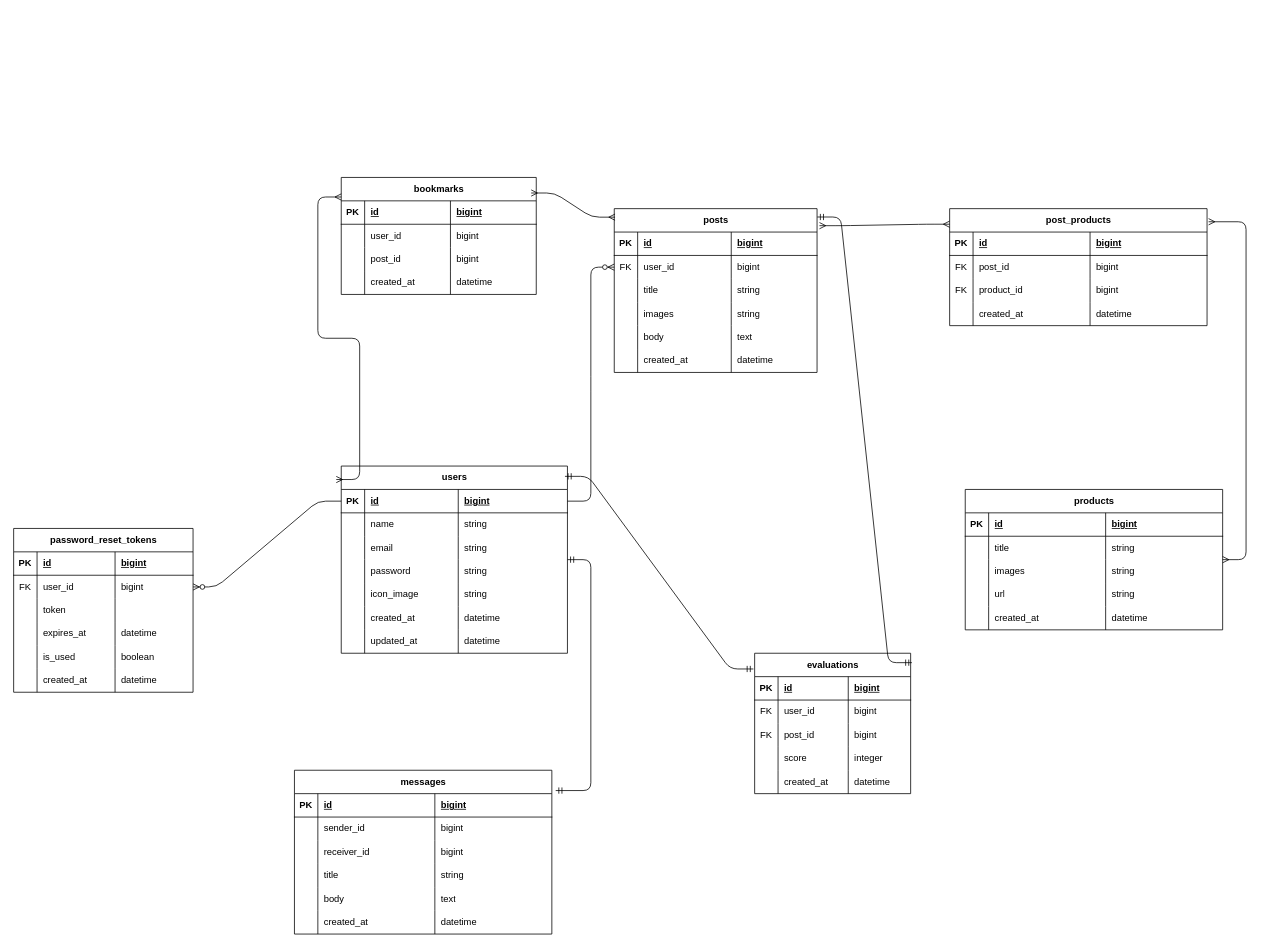
The draw.io diagram ER図.drawio in buriki8823/sotuapp, before the edit. Source tidied: cells renumbered, new cells numbered last; positions are measured from the earlier drawing's top-left corner, leaving out a move shared by most shapes. Both pictures are drawn from the tidied source at 78%, with x=0, y=0 at pixel (13, 177).
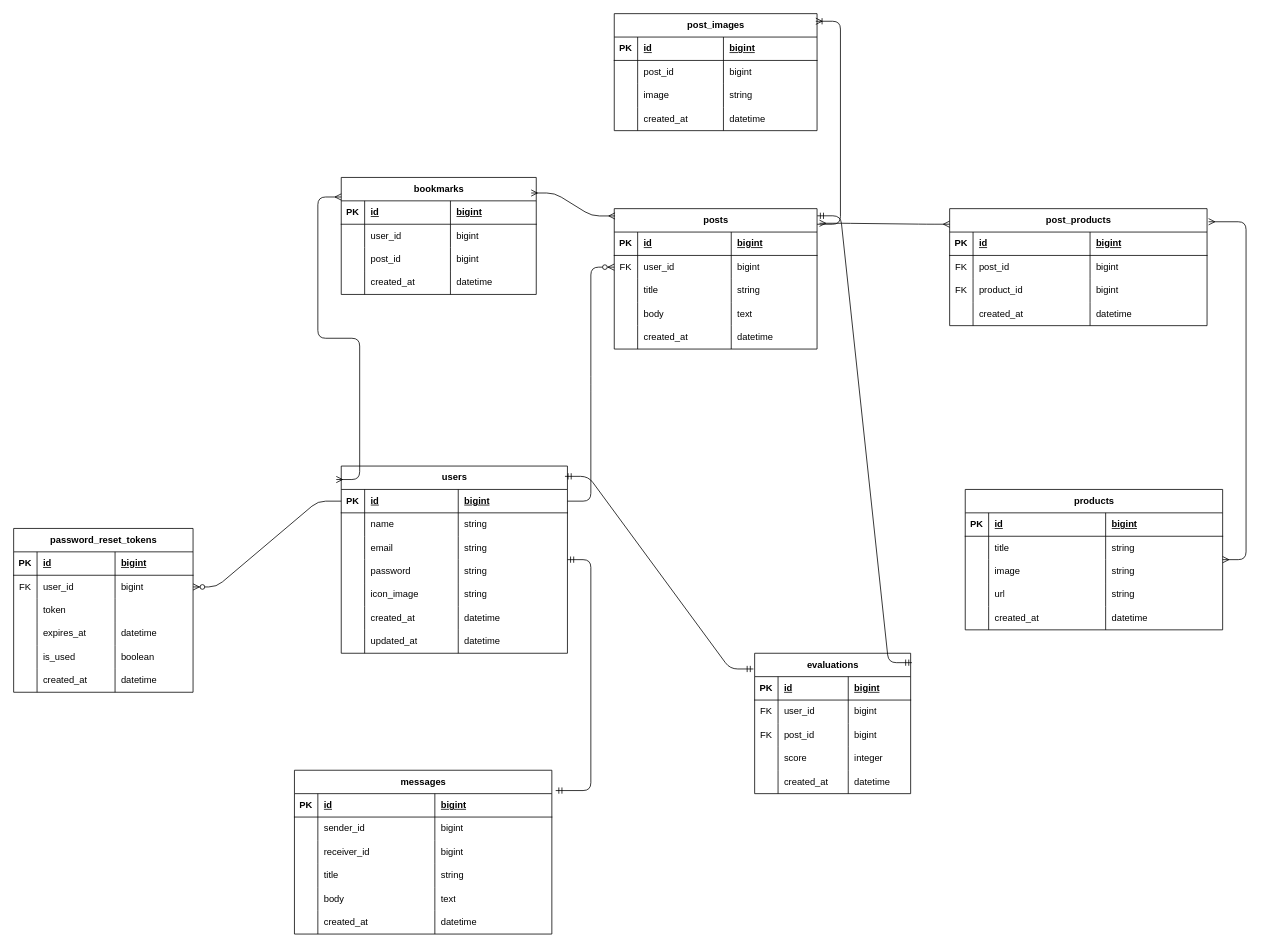
The same page after the edit.

Commit message (it also covers changes not shown here):
post_imageテーブル作成

The change refers to these unchanged cells:
```xml
<mxCell id="177" style="shape=tableRow;horizontal=0;startSize=0;swimlaneHead=0;swimlaneBody=0;fillColor=none;top=0;left=0;right=0;bottom=0;" parent="168" vertex="1">
  <mxGeometry y="90" width="330" height="30" as="geometry" />
</mxCell>
```

The edit, as a diff of the source:
```diff
@@
     <mxCell id="57" value="posts" style="shape=table;startSize=30;childLayout=tableLayout;rowLines=0;fontStyle=1;align=center;html=1;" parent="1" vertex="1">
-      <mxGeometry x="770" y="40" width="260" height="210" as="geometry" />
+      <mxGeometry x="770" y="40" width="260" height="180" as="geometry" />
     </mxCell>
@@
-    <mxCell id="70" style="shape=tableRow;horizontal=0;startSize=0;swimlaneHead=0;swimlaneBody=0;fillColor=none;top=0;left=0;right=0;bottom=0;" parent="57" vertex="1">
-      <mxGeometry y="120" width="260" height="30" as="geometry" />
-    </mxCell>
-    <mxCell id="71" style="shape=partialRectangle;fillColor=none;top=0;left=0;bottom=0;right=0;overflow=hidden;whiteSpace=wrap;html=1;" parent="70" vertex="1">
-      <mxGeometry width="30" height="30" as="geometry" />
-    </mxCell>
-    <mxCell id="72" value="images" style="shape=partialRectangle;fillColor=none;top=0;left=0;bottom=0;right=0;align=left;spacingLeft=6;overflow=hidden;whiteSpace=wrap;html=1;" parent="70" vertex="1">
-      <mxGeometry x="30" width="120" height="30" as="geometry" />
-    </mxCell>
-    <mxCell id="73" value="string" style="shape=partialRectangle;fillColor=none;top=0;left=0;bottom=0;right=0;align=left;spacingLeft=6;overflow=hidden;whiteSpace=wrap;html=1;" parent="70" vertex="1">
-      <mxGeometry x="150" width="110" height="30" as="geometry" />
-    </mxCell>
     <mxCell id="74" style="shape=tableRow;horizontal=0;startSize=0;swimlaneHead=0;swimlaneBody=0;fillColor=none;top=0;left=0;right=0;bottom=0;" parent="57" vertex="1">
-      <mxGeometry y="150" width="260" height="30" as="geometry" />
+      <mxGeometry y="120" width="260" height="30" as="geometry" />
     </mxCell>
@@
     <mxCell id="78" style="shape=tableRow;horizontal=0;startSize=0;swimlaneHead=0;swimlaneBody=0;fillColor=none;top=0;left=0;right=0;bottom=0;" parent="57" vertex="1">
-      <mxGeometry y="180" width="260" height="30" as="geometry" />
+      <mxGeometry y="150" width="260" height="30" as="geometry" />
     </mxCell>
@@
-    <mxCell id="179" value="images" style="shape=partialRectangle;fillColor=none;top=0;left=0;bottom=0;right=0;align=left;spacingLeft=6;overflow=hidden;whiteSpace=wrap;html=1;" parent="177" vertex="1">
+    <mxCell id="179" value="image" style="shape=partialRectangle;fillColor=none;top=0;left=0;bottom=0;right=0;align=left;spacingLeft=6;overflow=hidden;whiteSpace=wrap;html=1;" parent="177" vertex="1">
       <mxGeometry x="30" width="150" height="30" as="geometry" />
     </mxCell>
@@
+    <mxCell id="191" value="post_images" style="shape=table;startSize=30;childLayout=tableLayout;rowLines=0;fontStyle=1;align=center;html=1;" parent="1" vertex="1">
+      <mxGeometry x="770" y="-210" width="260" height="150" as="geometry" />
+    </mxCell>
+    <mxCell id="192" style="shape=tableRow;horizontal=0;startSize=0;swimlaneHead=0;swimlaneBody=0;fillColor=none;top=0;left=0;right=0;bottom=1;" parent="191" vertex="1">
+      <mxGeometry y="30" width="260" height="30" as="geometry" />
+    </mxCell>
+    <mxCell id="193" value="PK" style="shape=partialRectangle;fillColor=none;top=0;left=0;bottom=0;right=0;fontStyle=1;overflow=hidden;whiteSpace=wrap;html=1;" parent="192" vertex="1">
+      <mxGeometry width="30" height="30" as="geometry" />
+    </mxCell>
+    <mxCell id="194" value="id" style="shape=partialRectangle;fillColor=none;top=0;left=0;bottom=0;right=0;align=left;spacingLeft=6;fontStyle=5;overflow=hidden;whiteSpace=wrap;html=1;" parent="192" vertex="1">
+      <mxGeometry x="30" width="110" height="30" as="geometry" />
+    </mxCell>
+    <mxCell id="195" value="bigint" style="shape=partialRectangle;fillColor=none;top=0;left=0;bottom=0;right=0;align=left;spacingLeft=6;fontStyle=5;overflow=hidden;whiteSpace=wrap;html=1;" parent="192" vertex="1">
+      <mxGeometry x="140" width="120" height="30" as="geometry" />
+    </mxCell>
+    <mxCell id="196" style="shape=tableRow;horizontal=0;startSize=0;swimlaneHead=0;swimlaneBody=0;fillColor=none;top=0;left=0;right=0;bottom=0;" parent="191" vertex="1">
+      <mxGeometry y="60" width="260" height="30" as="geometry" />
+    </mxCell>
+    <mxCell id="197" style="shape=partialRectangle;fillColor=none;top=0;left=0;bottom=0;right=0;overflow=hidden;whiteSpace=wrap;html=1;" parent="196" vertex="1">
+      <mxGeometry width="30" height="30" as="geometry" />
+    </mxCell>
+    <mxCell id="198" value="post_id" style="shape=partialRectangle;fillColor=none;top=0;left=0;bottom=0;right=0;align=left;spacingLeft=6;overflow=hidden;whiteSpace=wrap;html=1;" parent="196" vertex="1">
+      <mxGeometry x="30" width="110" height="30" as="geometry" />
+    </mxCell>
+    <mxCell id="199" value="bigint" style="shape=partialRectangle;fillColor=none;top=0;left=0;bottom=0;right=0;align=left;spacingLeft=6;overflow=hidden;whiteSpace=wrap;html=1;" parent="196" vertex="1">
+      <mxGeometry x="140" width="120" height="30" as="geometry" />
+    </mxCell>
+    <mxCell id="200" style="shape=tableRow;horizontal=0;startSize=0;swimlaneHead=0;swimlaneBody=0;fillColor=none;top=0;left=0;right=0;bottom=0;" parent="191" vertex="1">
+      <mxGeometry y="90" width="260" height="30" as="geometry" />
+    </mxCell>
+    <mxCell id="201" style="shape=partialRectangle;fillColor=none;top=0;left=0;bottom=0;right=0;overflow=hidden;whiteSpace=wrap;html=1;" parent="200" vertex="1">
+      <mxGeometry width="30" height="30" as="geometry" />
+    </mxCell>
+    <mxCell id="202" value="image" style="shape=partialRectangle;fillColor=none;top=0;left=0;bottom=0;right=0;align=left;spacingLeft=6;overflow=hidden;whiteSpace=wrap;html=1;" parent="200" vertex="1">
+      <mxGeometry x="30" width="110" height="30" as="geometry" />
+    </mxCell>
+    <mxCell id="73" value="&lt;span style=&quot;color: rgb(0, 0, 0);&quot;&gt;string&lt;/span&gt;" style="shape=partialRectangle;fillColor=none;top=0;left=0;bottom=0;right=0;align=left;spacingLeft=6;overflow=hidden;whiteSpace=wrap;html=1;" parent="200" vertex="1">
+      <mxGeometry x="140" width="120" height="30" as="geometry" />
+    </mxCell>
+    <mxCell id="70" style="shape=tableRow;horizontal=0;startSize=0;swimlaneHead=0;swimlaneBody=0;fillColor=none;top=0;left=0;right=0;bottom=0;" parent="191" vertex="1">
+      <mxGeometry y="120" width="260" height="30" as="geometry" />
+    </mxCell>
+    <mxCell id="203" style="shape=partialRectangle;fillColor=none;top=0;left=0;bottom=0;right=0;overflow=hidden;whiteSpace=wrap;html=1;" parent="70" vertex="1">
+      <mxGeometry width="30" height="30" as="geometry" />
+    </mxCell>
+    <mxCell id="204" value="&lt;span style=&quot;color: rgb(0, 0, 0);&quot;&gt;created_at&lt;/span&gt;" style="shape=partialRectangle;fillColor=none;top=0;left=0;bottom=0;right=0;align=left;spacingLeft=6;overflow=hidden;whiteSpace=wrap;html=1;" parent="70" vertex="1">
+      <mxGeometry x="30" width="110" height="30" as="geometry" />
+    </mxCell>
+    <mxCell id="205" value="&lt;span style=&quot;color: rgb(0, 0, 0);&quot;&gt;datetime&lt;/span&gt;" style="shape=partialRectangle;fillColor=none;top=0;left=0;bottom=0;right=0;align=left;spacingLeft=6;overflow=hidden;whiteSpace=wrap;html=1;" parent="70" vertex="1">
+      <mxGeometry x="140" width="120" height="30" as="geometry" />
+    </mxCell>
+    <mxCell id="206" style="edgeStyle=entityRelationEdgeStyle;fontSize=12;html=1;endArrow=ERoneToMany;entryX=0.994;entryY=0.065;entryDx=0;entryDy=0;entryPerimeter=0;" parent="1" edge="1" target="191">
+      <mxGeometry relative="1" as="geometry">
+        <mxPoint x="1030" y="60" as="sourcePoint" />
+      </mxGeometry>
+    </mxCell>
```
